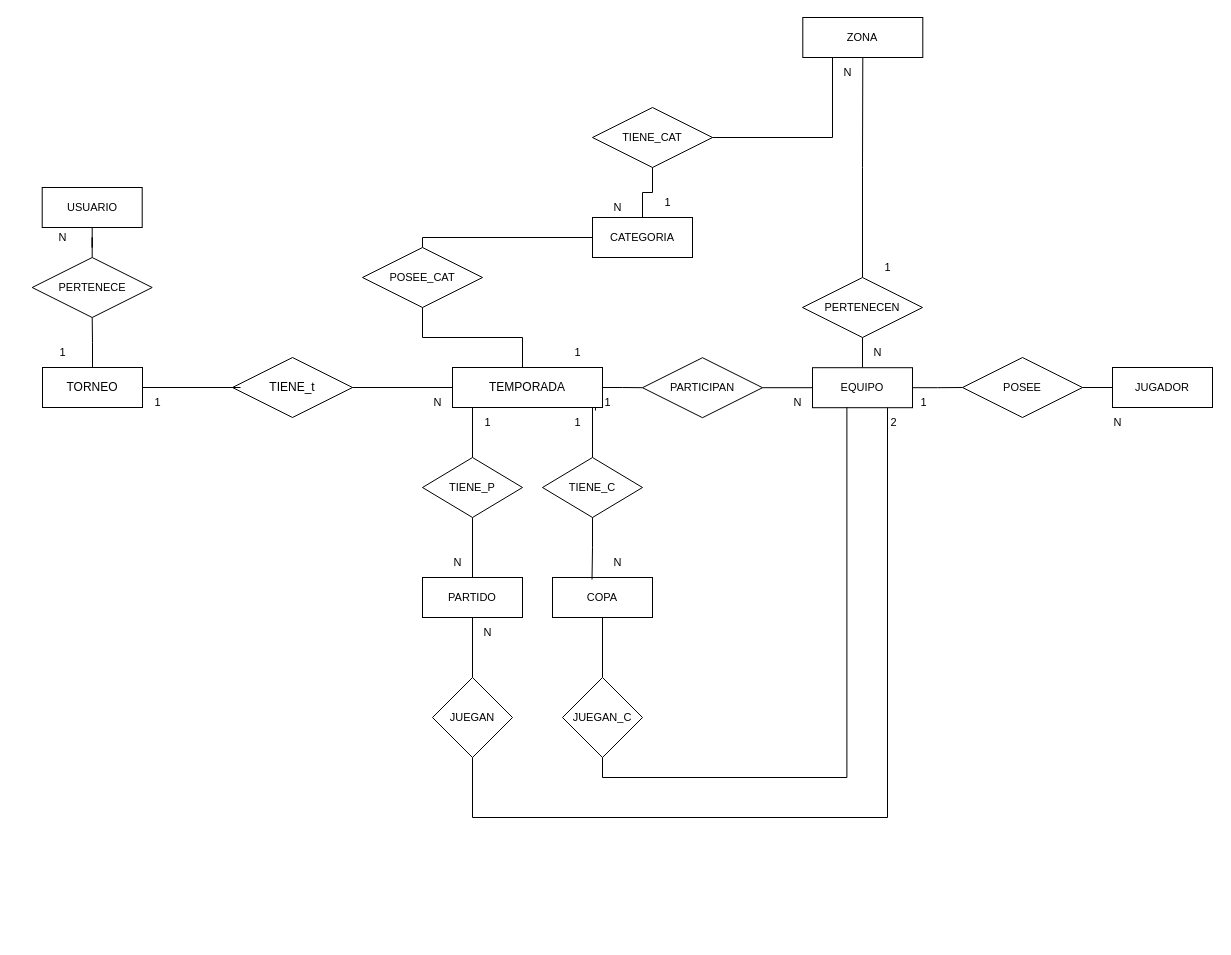
Above: modelo-entidad-relacion.drawio in FranceFalci/api-tournamrnt (draw.io), before the change. Source tidied: cells renumbered, new cells numbered last; positions are measured from the earlier drawing's top-left corner, leaving out a move shared by most shapes. Both pictures are drawn from the tidied source at 100%, with x=0, y=0 at pixel (32, 17).
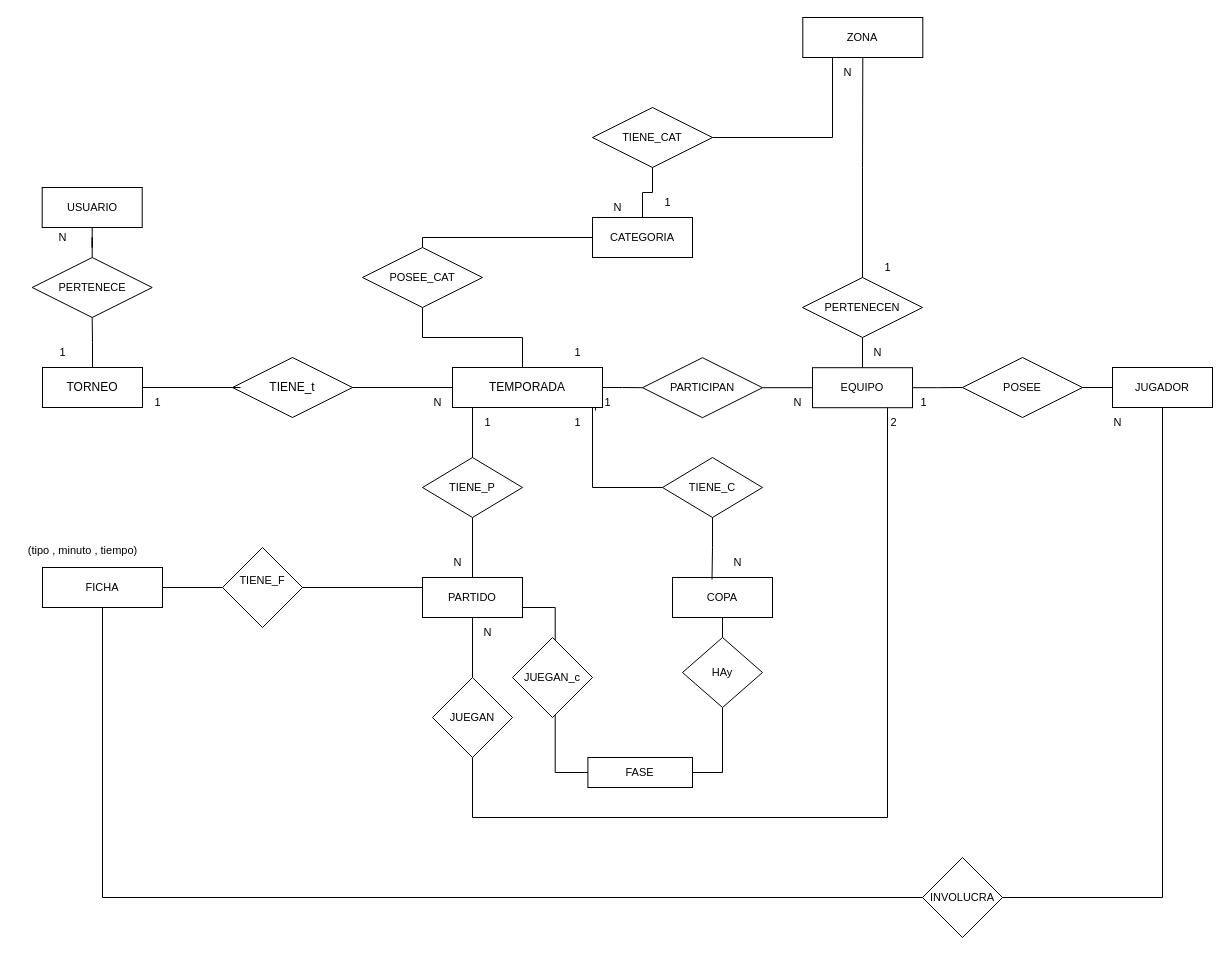
The same page after the edit.

The change refers to these unchanged cells:
```xml
<mxCell id="15" value="PARTIDO" style="whiteSpace=wrap;html=1;align=center;fontFamily=Helvetica;fontSize=11;fontColor=default;labelBackgroundColor=default;" parent="1" vertex="1">
  <mxGeometry x="390" y="560" width="100" height="40" as="geometry" />
</mxCell>
<mxCell id="25" value="EQUIPO" style="whiteSpace=wrap;html=1;align=center;fontFamily=Helvetica;fontSize=11;fontColor=default;labelBackgroundColor=default;" parent="1" vertex="1">
  <mxGeometry x="780" y="350.2" width="100" height="40" as="geometry" />
</mxCell>
<mxCell id="28" value="JUGADOR" style="whiteSpace=wrap;html=1;align=center;fontFamily=Helvetica;fontSize=11;fontColor=default;labelBackgroundColor=default;" parent="1" vertex="1">
  <mxGeometry x="1080" y="350" width="100" height="40" as="geometry" />
</mxCell>
```

Diff of the diagram source:
```diff
@@
+    <mxCell id="65" style="edgeStyle=orthogonalEdgeStyle;rounded=0;jettySize=auto;html=1;exitX=0;exitY=0.25;exitDx=0;exitDy=0;endArrow=none;endFill=0;" parent="1" edge="1" source="15" target="68">
+      <mxGeometry relative="1" as="geometry" />
+    </mxCell>
@@
     <mxCell id="16" value="TIENE_C" style="shape=rhombus;perimeter=rhombusPerimeter;whiteSpace=wrap;html=1;align=center;fontFamily=Helvetica;fontSize=11;fontColor=default;labelBackgroundColor=default;" parent="1" vertex="1">
-      <mxGeometry x="510" y="440" width="100" height="60" as="geometry" />
+      <mxGeometry x="630" y="440" width="100" height="60" as="geometry" />
     </mxCell>
@@
-    <mxCell id="18" style="edgeStyle=orthogonalEdgeStyle;rounded=0;jettySize=auto;html=1;strokeColor=default;align=center;verticalAlign=middle;fontFamily=Helvetica;fontSize=11;fontColor=default;labelBackgroundColor=default;endArrow=none;endFill=0;" parent="1" edge="1" source="19" target="61">
-      <mxGeometry relative="1" as="geometry" />
-    </mxCell>
+    <mxCell id="66" style="edgeStyle=orthogonalEdgeStyle;rounded=0;jettySize=auto;html=1;exitX=0.5;exitY=1;exitDx=0;exitDy=0;entryX=0.5;entryY=0;entryDx=0;entryDy=0;strokeColor=default;align=center;verticalAlign=middle;fontFamily=Helvetica;fontSize=11;fontColor=default;labelBackgroundColor=default;endArrow=none;endFill=0;" parent="1" edge="1" source="19" target="73">
+      <mxGeometry relative="1" as="geometry" />
+    </mxCell>
     <mxCell id="19" value="COPA" style="whiteSpace=wrap;html=1;align=center;fontFamily=Helvetica;fontSize=11;fontColor=default;labelBackgroundColor=default;" parent="1" vertex="1">
-      <mxGeometry x="520" y="560" width="100" height="40" as="geometry" />
+      <mxGeometry x="640" y="560" width="100" height="40" as="geometry" />
     </mxCell>
@@
     <mxCell id="56" value="N" style="text;html=1;align=center;verticalAlign=middle;fillColor=none;fontFamily=Helvetica;fontSize=11;labelBackgroundColor=default;" parent="1" vertex="1">
-      <mxGeometry x="570" y="530" width="30" height="30" as="geometry" />
+      <mxGeometry x="690" y="530" width="30" height="30" as="geometry" />
     </mxCell>
@@
-    <mxCell id="61" value="JUEGAN_C" style="rhombus;whiteSpace=wrap;html=1;fontSize=11;labelBackgroundColor=default;" parent="1" vertex="1">
-      <mxGeometry x="530" y="660" width="80" height="80" as="geometry" />
-    </mxCell>
-    <mxCell id="62" style="edgeStyle=orthogonalEdgeStyle;rounded=0;jettySize=auto;html=1;exitX=0.5;exitY=1;exitDx=0;exitDy=0;entryX=0.344;entryY=0.988;entryDx=0;entryDy=0;entryPerimeter=0;strokeColor=default;align=center;verticalAlign=middle;fontFamily=Helvetica;fontSize=11;fontColor=default;labelBackgroundColor=default;endArrow=none;endFill=0;" parent="1" edge="1" source="61" target="25">
-      <mxGeometry relative="1" as="geometry" />
-    </mxCell>
@@
+    <mxCell id="67" style="edgeStyle=orthogonalEdgeStyle;rounded=0;jettySize=auto;html=1;strokeColor=default;align=center;verticalAlign=middle;fontFamily=Helvetica;fontSize=11;fontColor=default;labelBackgroundColor=default;endArrow=none;endFill=0;" parent="1" edge="1" source="68" target="70">
+      <mxGeometry relative="1" as="geometry" />
+    </mxCell>
+    <mxCell id="68" value="TIENE_F&lt;div&gt;&lt;br&gt;&lt;/div&gt;" style="rhombus;whiteSpace=wrap;html=1;fontFamily=Helvetica;fontSize=11;fontColor=default;labelBackgroundColor=default;" parent="1" vertex="1">
+      <mxGeometry x="190" y="530" width="80" height="80" as="geometry" />
+    </mxCell>
+    <mxCell id="69" style="edgeStyle=orthogonalEdgeStyle;rounded=0;jettySize=auto;html=1;exitX=0.5;exitY=1;exitDx=0;exitDy=0;strokeColor=default;align=center;verticalAlign=middle;fontFamily=Helvetica;fontSize=11;fontColor=default;labelBackgroundColor=default;endArrow=none;endFill=0;entryX=0;entryY=0.5;entryDx=0;entryDy=0;" parent="1" edge="1" source="70" target="78">
+      <mxGeometry relative="1" as="geometry" />
+    </mxCell>
+    <mxCell id="70" value="FICHA" style="whiteSpace=wrap;html=1;fontSize=11;labelBackgroundColor=default;" parent="1" vertex="1">
+      <mxGeometry x="10" y="550" width="120" height="40" as="geometry" />
+    </mxCell>
+    <mxCell id="71" value="(tipo , minuto , tiempo)" style="text;html=1;align=center;verticalAlign=middle;strokeColor=none;fillColor=none;fontFamily=Helvetica;fontSize=11;fontColor=default;labelBackgroundColor=default;" parent="1" vertex="1">
+      <mxGeometry x="-15" y="518" width="130" height="30" as="geometry" />
+    </mxCell>
+    <mxCell id="72" style="edgeStyle=orthogonalEdgeStyle;rounded=0;jettySize=auto;html=1;exitX=0.5;exitY=1;exitDx=0;exitDy=0;strokeColor=default;align=center;verticalAlign=middle;fontFamily=Helvetica;fontSize=11;fontColor=default;labelBackgroundColor=default;endArrow=none;endFill=0;entryX=1;entryY=0.5;entryDx=0;entryDy=0;" parent="1" edge="1" source="73" target="75">
+      <mxGeometry relative="1" as="geometry" />
+    </mxCell>
+    <mxCell id="73" value="HAy" style="rhombus;whiteSpace=wrap;html=1;fontFamily=Helvetica;fontSize=11;fontColor=default;labelBackgroundColor=default;" parent="1" vertex="1">
+      <mxGeometry x="650" y="620" width="80" height="70" as="geometry" />
+    </mxCell>
+    <mxCell id="74" style="edgeStyle=orthogonalEdgeStyle;rounded=0;jettySize=auto;html=1;exitX=0;exitY=0.5;exitDx=0;exitDy=0;entryX=1;entryY=0.75;entryDx=0;entryDy=0;strokeColor=default;align=center;verticalAlign=middle;fontFamily=Helvetica;fontSize=11;fontColor=default;labelBackgroundColor=default;endArrow=none;endFill=0;" parent="1" edge="1" source="75" target="15">
+      <mxGeometry relative="1" as="geometry" />
+    </mxCell>
+    <mxCell id="75" value="FASE" style="rounded=0;whiteSpace=wrap;html=1;fontFamily=Helvetica;fontSize=11;fontColor=default;labelBackgroundColor=default;" parent="1" vertex="1">
+      <mxGeometry x="555.4" y="740" width="104.6" height="30" as="geometry" />
+    </mxCell>
+    <mxCell id="76" value="JUEGAN_c" style="rhombus;whiteSpace=wrap;html=1;fontSize=11;labelBackgroundColor=default;" parent="1" vertex="1">
+      <mxGeometry x="480" y="620" width="80" height="80" as="geometry" />
+    </mxCell>
+    <mxCell id="77" style="edgeStyle=orthogonalEdgeStyle;rounded=0;jettySize=auto;html=1;exitX=1;exitY=0.5;exitDx=0;exitDy=0;entryX=0.5;entryY=1;entryDx=0;entryDy=0;strokeColor=default;align=center;verticalAlign=middle;fontFamily=Helvetica;fontSize=11;fontColor=default;labelBackgroundColor=default;endArrow=none;endFill=0;" parent="1" edge="1" source="78" target="28">
+      <mxGeometry relative="1" as="geometry" />
+    </mxCell>
+    <mxCell id="78" value="&lt;div&gt;INVOLUCRA&lt;/div&gt;" style="rhombus;whiteSpace=wrap;html=1;fontFamily=Helvetica;fontSize=11;fontColor=default;labelBackgroundColor=default;" parent="1" vertex="1">
+      <mxGeometry x="890" y="840" width="80" height="80" as="geometry" />
+    </mxCell>
```
